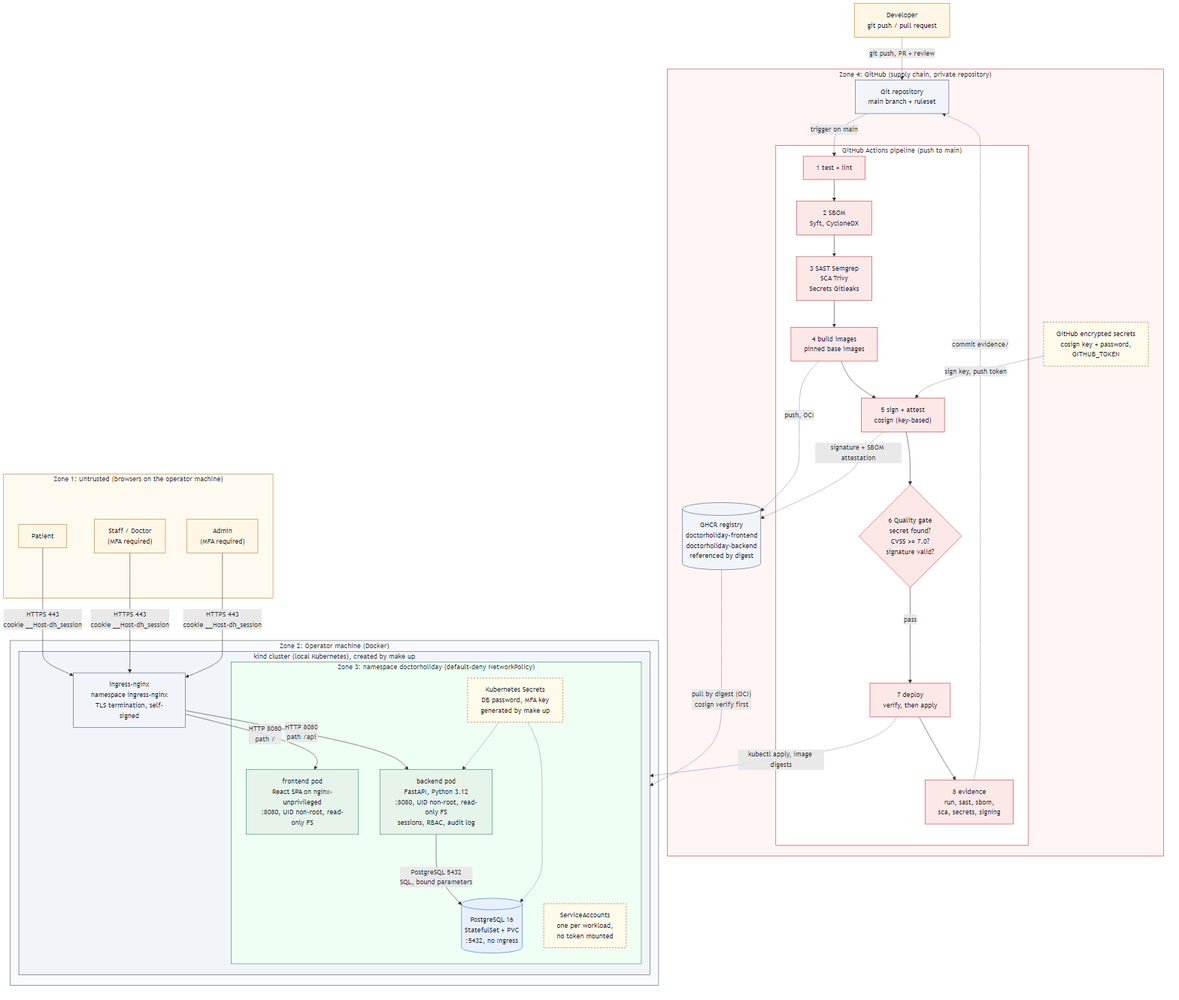
jankrus/doctorholiday keeps this Mermaid diagram as docs/architecture/architecture.png. Above is the earlier version. Its source is kept beside it as docs/architecture/architecture.mmd.
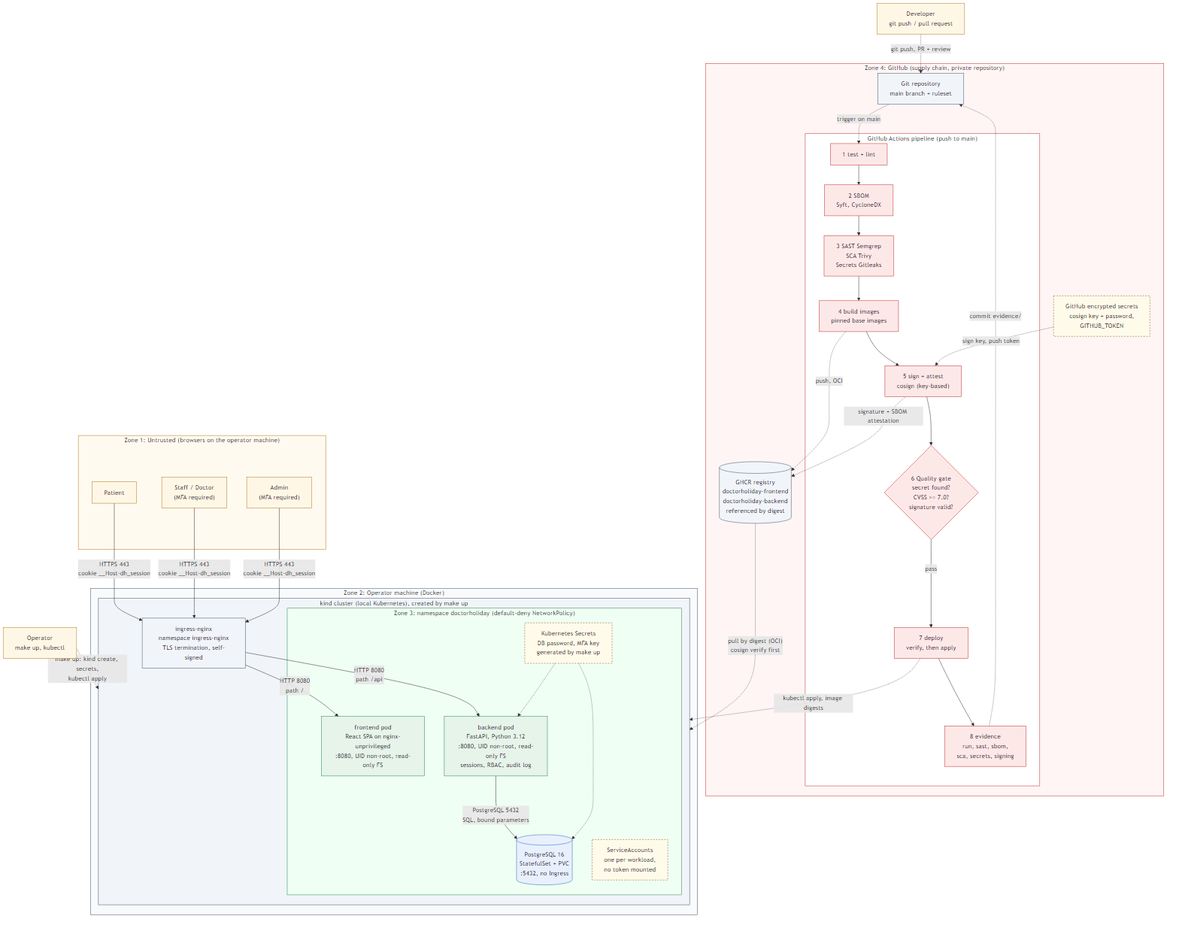
The same diagram one commit later.

What changed in the source:
```diff
@@ -14,6 +14,7 @@
     end
 
     DEV["Developer<br/>git push / pull request"]:::actor
+    OPS["Operator<br/>make up, kubectl"]:::actor
 
     subgraph ZG["Zone 4: GitHub (supply chain, private repository)"]
         direction TB
@@ -64,6 +65,7 @@
     DEPLOY -. "kubectl apply, image digests" .-> KIND
     GHCR -. "pull by digest (OCI)<br/>cosign verify first" .-> KIND
     EVID -. "commit evidence/" .-> REPO
+    OPS -. "make up: kind create, secrets,<br/>kubectl apply" .-> KIND
 
     style ZU fill:#fffaf0,stroke:#b7791f
     style ZH fill:#f8fafc,stroke:#475569
```
